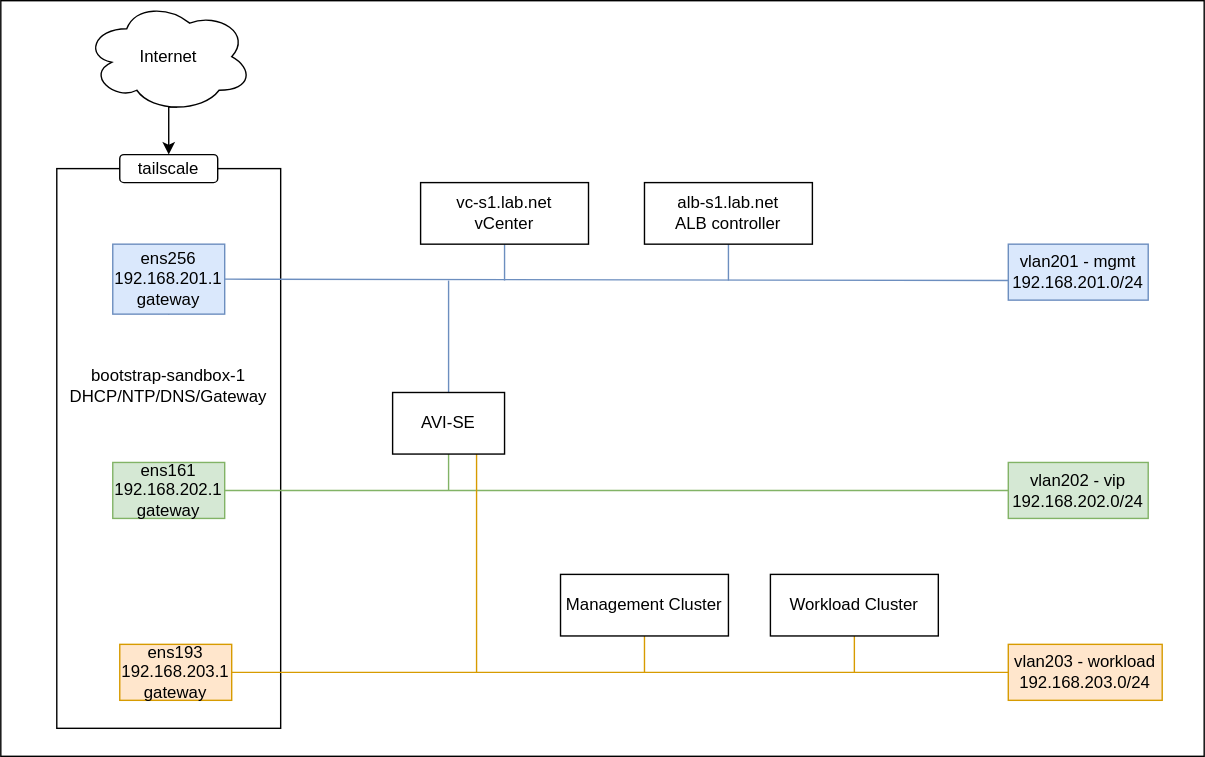
The draw.io diagram sandbox.drawio.svg in egtm/training-tkgm, before a commit. Source tidied: cells renumbered, new cells last; positions are measured from the earlier drawing's top-left corner, leaving out a move shared by most shapes.
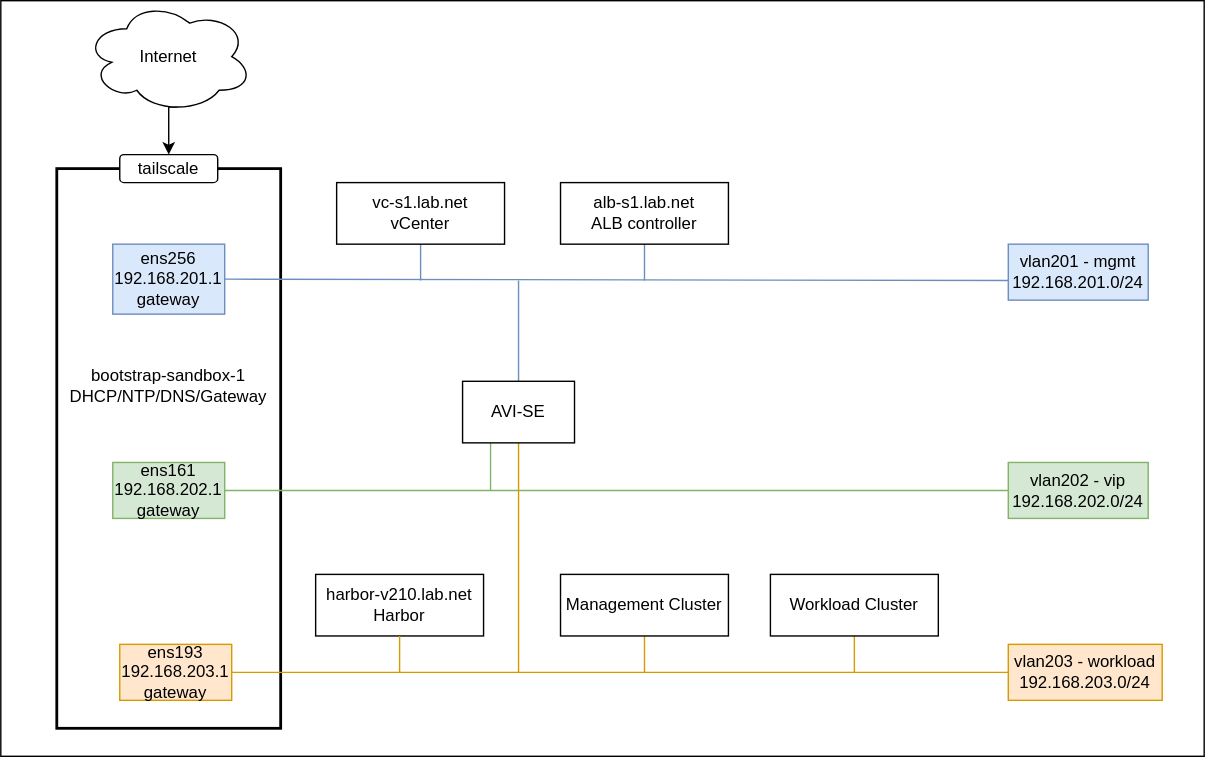
The same diagram one commit later.

What changed in the source:
```diff
@@ -5,7 +5,7 @@
     <mxCell id="2" style="rounded=0;whiteSpace=wrap;html=1;" parent="1" vertex="1">
       <mxGeometry width="860" height="540" as="geometry" />
     </mxCell>
-    <mxCell id="3" style="rounded=0;whiteSpace=wrap;html=1;" parent="1" vertex="1">
+    <mxCell id="3" style="rounded=0;whiteSpace=wrap;html=1;strokeWidth=2;" parent="1" vertex="1">
       <mxGeometry x="40" y="120" width="160" height="400" as="geometry" />
     </mxCell>
     <mxCell id="4" style="endArrow=none;html=1;rounded=0;exitX=1;exitY=0.5;exitDx=0;exitDy=0;fillColor=#dae8fc;strokeColor=#6c8ebf;" parent="1" edge="1" source="30">
@@ -42,37 +42,37 @@
     </mxCell>
     <mxCell id="12" style="rounded=0;jettySize=auto;html=1;exitX=0.5;exitY=1;exitDx=0;exitDy=0;endArrow=none;endFill=0;fillColor=#dae8fc;strokeColor=#6c8ebf;" parent="1" edge="1" source="13">
       <mxGeometry relative="1" as="geometry">
-        <mxPoint x="360" y="200" as="targetPoint" />
+        <mxPoint x="300" y="200" as="targetPoint" />
       </mxGeometry>
     </mxCell>
     <mxCell id="13" value="vc-s1.lab.net&lt;div&gt;vCenter&lt;/div&gt;" style="rounded=0;whiteSpace=wrap;html=1;" parent="1" vertex="1">
-      <mxGeometry x="300" y="130" width="120" height="44" as="geometry" />
+      <mxGeometry x="240" y="130" width="120" height="44" as="geometry" />
     </mxCell>
     <mxCell id="14" style="rounded=0;jettySize=auto;html=1;exitX=0.5;exitY=1;exitDx=0;exitDy=0;endArrow=none;endFill=0;fillColor=#dae8fc;strokeColor=#6c8ebf;" parent="1" edge="1" source="15">
       <mxGeometry relative="1" as="geometry">
-        <mxPoint x="520" y="200" as="targetPoint" />
+        <mxPoint x="460" y="200" as="targetPoint" />
       </mxGeometry>
     </mxCell>
     <mxCell id="15" value="alb-s1.lab.net&lt;div&gt;ALB controller&lt;/div&gt;" style="rounded=0;whiteSpace=wrap;html=1;" parent="1" vertex="1">
-      <mxGeometry x="460" y="130" width="120" height="44" as="geometry" />
+      <mxGeometry x="400" y="130" width="120" height="44" as="geometry" />
     </mxCell>
-    <mxCell id="16" style="rounded=0;jettySize=auto;html=1;exitX=0.5;exitY=1;exitDx=0;exitDy=0;endArrow=none;endFill=0;fillColor=#d5e8d4;strokeColor=#82b366;" parent="1" edge="1" source="19">
+    <mxCell id="16" style="rounded=0;jettySize=auto;html=1;exitX=0.25;exitY=1;exitDx=0;exitDy=0;endArrow=none;endFill=0;fillColor=#d5e8d4;strokeColor=#82b366;" parent="1" edge="1" source="19">
       <mxGeometry relative="1" as="geometry">
-        <mxPoint x="320" y="350" as="targetPoint" />
+        <mxPoint x="350" y="350" as="targetPoint" />
       </mxGeometry>
     </mxCell>
     <mxCell id="17" style="rounded=0;jettySize=auto;html=1;exitX=0.5;exitY=0;exitDx=0;exitDy=0;endArrow=none;endFill=0;fillColor=#dae8fc;strokeColor=#6c8ebf;" parent="1" edge="1" source="19">
       <mxGeometry relative="1" as="geometry">
-        <mxPoint x="320" y="200" as="targetPoint" />
+        <mxPoint x="370" y="200" as="targetPoint" />
       </mxGeometry>
     </mxCell>
-    <mxCell id="18" style="rounded=0;jettySize=auto;html=1;exitX=0.75;exitY=1;exitDx=0;exitDy=0;endArrow=none;endFill=0;fillColor=#ffe6cc;strokeColor=#d79b00;" parent="1" edge="1" source="19">
+    <mxCell id="18" style="rounded=0;jettySize=auto;html=1;exitX=0.5;exitY=1;exitDx=0;exitDy=0;endArrow=none;endFill=0;fillColor=#ffe6cc;strokeColor=#d79b00;" parent="1" edge="1" source="19">
       <mxGeometry relative="1" as="geometry">
-        <mxPoint x="340" y="480" as="targetPoint" />
+        <mxPoint x="370" y="480" as="targetPoint" />
       </mxGeometry>
     </mxCell>
     <mxCell id="19" value="AVI-SE" style="rounded=0;whiteSpace=wrap;html=1;" parent="1" vertex="1">
-      <mxGeometry x="280" y="280" width="80" height="44" as="geometry" />
+      <mxGeometry x="330" y="272" width="80" height="44" as="geometry" />
     </mxCell>
     <mxCell id="20" style="endArrow=none;html=1;rounded=0;fillColor=#ffe6cc;strokeColor=#d79b00;" parent="1" edge="1" source="22">
       <mxGeometry relative="1" as="geometry">
@@ -118,5 +118,13 @@
     <mxCell id="31" value="bootstrap-sandbox-1&lt;div&gt;DHCP/NTP/DNS/Gateway&lt;/div&gt;" style="text;html=1;align=center;verticalAlign=middle;whiteSpace=wrap;rounded=0;" parent="1" vertex="1">
       <mxGeometry x="40" y="260" width="160" height="30" as="geometry" />
     </mxCell>
+    <mxCell id="32" value="harbor-v210.lab.net&lt;div&gt;Harbor&lt;/div&gt;" style="rounded=0;whiteSpace=wrap;html=1;" parent="1" vertex="1">
+      <mxGeometry x="225" y="410" width="120" height="44" as="geometry" />
+    </mxCell>
+    <mxCell id="33" style="rounded=0;jettySize=auto;html=1;endArrow=none;endFill=0;fillColor=#ffe6cc;strokeColor=#d79b00;entryX=0.5;entryY=1;entryDx=0;entryDy=0;" parent="1" edge="1" target="32">
+      <mxGeometry relative="1" as="geometry">
+        <mxPoint x="285" y="480" as="sourcePoint" />
+      </mxGeometry>
+    </mxCell>
   </root>
 </mxGraphModel>
```
